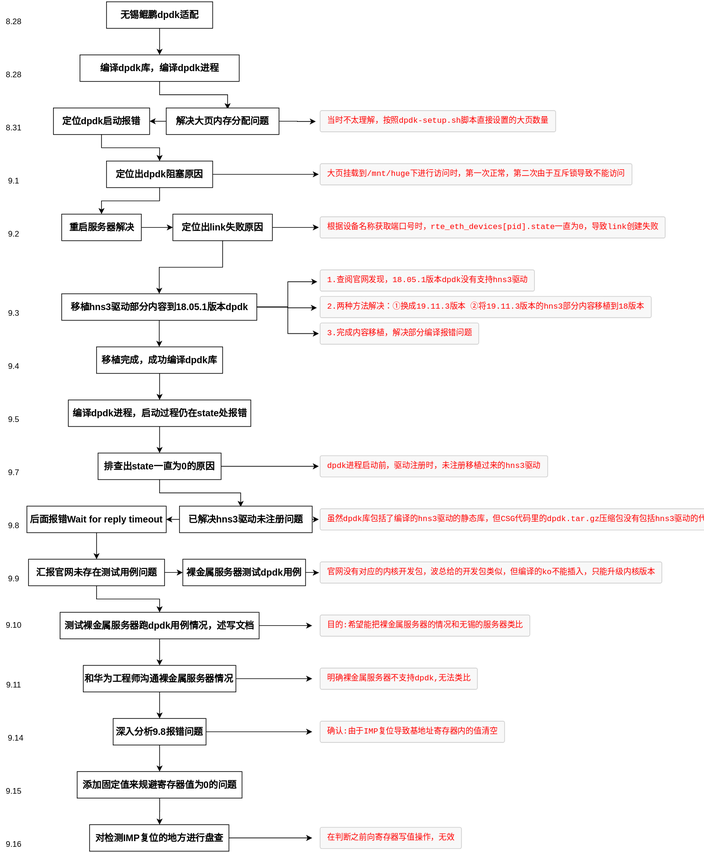
This is DPDK/dpdk.svg from Archive-ch/DPDK, a draw.io export, as it was before one commit. Source tidied: cells renumbered, new cells last; positions are measured from the earlier drawing's top-left corner, leaving out a move shared by most shapes.
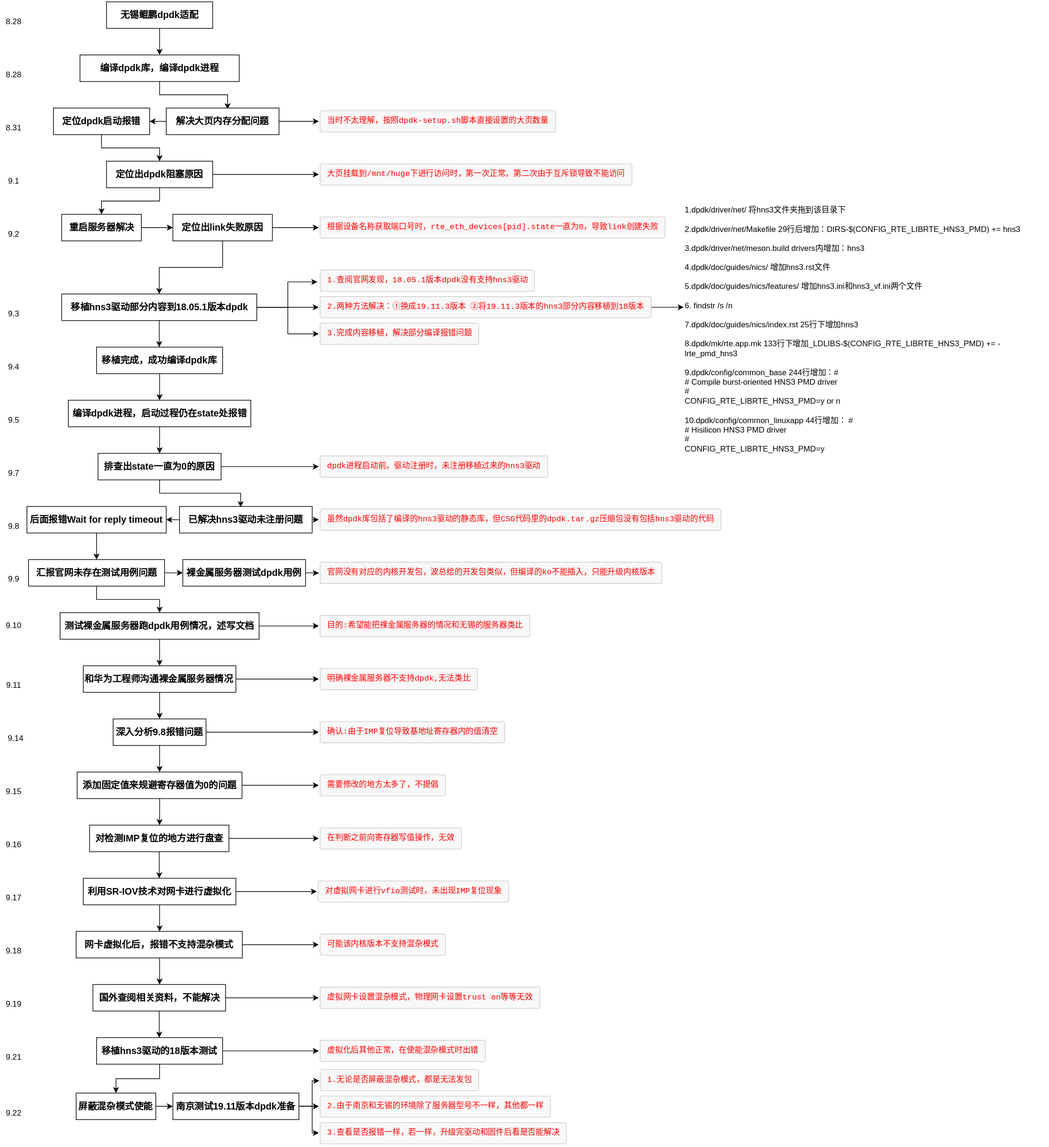
The same file after the commit.

Change to the diagram source:
```diff
@@ -47,7 +47,7 @@
     <mxCell id="16" style="edgeStyle=orthogonalEdgeStyle;rounded=0;jettySize=auto;html=1;exitX=0;exitY=0.5;exitDx=0;exitDy=0;entryX=1;entryY=0.5;entryDx=0;entryDy=0;" parent="1" edge="1" source="18" target="9">
       <mxGeometry relative="1" as="geometry" />
     </mxCell>
-    <mxCell id="17" style="edgeStyle=orthogonalEdgeStyle;rounded=0;jettySize=auto;html=1;entryX=-0.013;entryY=0.51;entryDx=0;entryDy=0;entryPerimeter=0;" parent="1" edge="1" source="18" target="19">
+    <mxCell id="17" style="edgeStyle=orthogonalEdgeStyle;rounded=0;jettySize=auto;html=1;" parent="1" edge="1" source="18" target="19">
       <mxGeometry relative="1" as="geometry" />
     </mxCell>
     <mxCell id="18" value="&lt;h3&gt;解决大页内存分配问题&lt;/h3&gt;" style="whiteSpace=wrap;html=1;" parent="1" vertex="1">
@@ -86,20 +86,23 @@
     <mxCell id="29" style="edgeStyle=orthogonalEdgeStyle;rounded=0;jettySize=auto;html=1;" parent="1" edge="1" source="32" target="35">
       <mxGeometry relative="1" as="geometry" />
     </mxCell>
+    <mxCell id="31" style="edgeStyle=orthogonalEdgeStyle;rounded=0;jettySize=auto;html=1;" parent="1" edge="1" source="32">
+      <mxGeometry relative="1" as="geometry">
+        <mxPoint x="239.5" y="520" as="targetPoint" />
+      </mxGeometry>
+    </mxCell>
-    <mxCell id="30" style="edgeStyle=orthogonalEdgeStyle;rounded=0;jettySize=auto;html=1;entryX=-0.006;entryY=0.529;entryDx=0;entryDy=0;entryPerimeter=0;" parent="1" edge="1" source="32" target="34">
+    <mxCell id="30" style="edgeStyle=orthogonalEdgeStyle;rounded=0;jettySize=auto;html=1;" parent="1" edge="1" source="32" target="34">
       <mxGeometry relative="1" as="geometry" />
     </mxCell>
-    <mxCell id="31" style="edgeStyle=orthogonalEdgeStyle;rounded=0;jettySize=auto;html=1;" parent="1" edge="1" source="32">
-      <mxGeometry relative="1" as="geometry">
-        <mxPoint x="239.5" y="520" as="targetPoint" />
-      </mxGeometry>
-    </mxCell>
     <mxCell id="32" value="&lt;h3&gt;移植hns3驱动部分内容到18.05.1版本dpdk&lt;/h3&gt;" style="whiteSpace=wrap;html=1;" parent="1" vertex="1">
       <mxGeometry x="92.5" y="440" width="294" height="40" as="geometry" />
     </mxCell>
     <mxCell id="33" value="&lt;pre style=&quot;margin-top: 0px; margin-bottom: 0px; padding: 6px 10px; background-color: rgb(248, 248, 248); border: 1px solid rgb(204, 204, 204); line-height: 19px; overflow: auto; border-radius: 3px; overflow-wrap: break-word;&quot;&gt;&lt;font color=&quot;#ff0000&quot;&gt;1.查阅官网发现，18.05.1版本dpdk没有支持hns3驱动&lt;/font&gt;&lt;/pre&gt;" style="text;html=1;align=left;verticalAlign=middle;points=[];" parent="1" vertex="1">
       <mxGeometry x="480" y="400" width="320" height="40" as="geometry" />
     </mxCell>
+    <mxCell id="83" style="edgeStyle=orthogonalEdgeStyle;rounded=0;jettySize=auto;html=1;entryX=0;entryY=0.421;entryDx=0;entryDy=0;entryPerimeter=0;" parent="1" edge="1" source="34" target="121">
+      <mxGeometry relative="1" as="geometry" />
+    </mxCell>
     <mxCell id="34" value="&lt;pre style=&quot;margin-top: 0px ; margin-bottom: 0px ; padding: 6px 10px ; background-color: rgb(248 , 248 , 248) ; border: 1px solid rgb(204 , 204 , 204) ; line-height: 19px ; overflow: auto ; border-radius: 3px ; overflow-wrap: break-word&quot;&gt;&lt;font color=&quot;#ff0000&quot;&gt;2.两种方法解决：①换成19.11.3版本 ②将19.11.3版本的hns3部分内容移植到18版本&lt;/font&gt;&lt;/pre&gt;" style="text;html=1;align=left;verticalAlign=middle;points=[];" parent="1" vertex="1">
       <mxGeometry x="480" y="440" width="480" height="40" as="geometry" />
     </mxCell>
@@ -186,25 +189,21 @@
     <mxCell id="61" value="9.10" style="text;html=1;align=center;verticalAlign=middle;" parent="1" vertex="1">
       <mxGeometry y="930" width="40" height="20" as="geometry" />
     </mxCell>
-    <mxCell id="62" style="edgeStyle=orthogonalEdgeStyle;rounded=0;jettySize=auto;html=1;" parent="1" edge="1" source="64">
-      <mxGeometry relative="1" as="geometry">
-        <mxPoint x="470" y="940" as="targetPoint" />
-      </mxGeometry>
-    </mxCell>
     <mxCell id="63" style="edgeStyle=orthogonalEdgeStyle;rounded=0;jettySize=auto;html=1;entryX=0.5;entryY=0;entryDx=0;entryDy=0;" parent="1" edge="1" source="64" target="67">
       <mxGeometry relative="1" as="geometry" />
     </mxCell>
+    <mxCell id="84" style="edgeStyle=orthogonalEdgeStyle;rounded=0;jettySize=auto;html=1;" parent="1" edge="1" source="64" target="69">
+      <mxGeometry relative="1" as="geometry" />
+    </mxCell>
     <mxCell id="64" value="&lt;h3&gt;测试裸金属服务器跑dpdk用例情况，述写文档&lt;/h3&gt;" style="whiteSpace=wrap;html=1;align=center;" parent="1" vertex="1">
       <mxGeometry x="90" y="920" width="300" height="40" as="geometry" />
     </mxCell>
-    <mxCell id="65" style="edgeStyle=orthogonalEdgeStyle;rounded=0;jettySize=auto;html=1;" parent="1" edge="1" source="67">
-      <mxGeometry relative="1" as="geometry">
-        <mxPoint x="470" y="1020" as="targetPoint" />
-      </mxGeometry>
-    </mxCell>
     <mxCell id="66" style="edgeStyle=orthogonalEdgeStyle;rounded=0;jettySize=auto;html=1;entryX=0.5;entryY=0;entryDx=0;entryDy=0;" parent="1" edge="1" source="67" target="73">
       <mxGeometry relative="1" as="geometry" />
     </mxCell>
+    <mxCell id="85" style="edgeStyle=orthogonalEdgeStyle;rounded=0;jettySize=auto;html=1;" parent="1" edge="1" source="67" target="70">
+      <mxGeometry relative="1" as="geometry" />
+    </mxCell>
     <mxCell id="67" value="&lt;h3&gt;和华为工程师沟通裸金属服务器情况&lt;/h3&gt;" style="rounded=0;whiteSpace=wrap;html=1;align=left;" parent="1" vertex="1">
       <mxGeometry x="125" y="1000" width="230" height="40" as="geometry" />
     </mxCell>
@@ -217,16 +216,14 @@
     <mxCell id="70" value="&lt;pre style=&quot;margin-top: 0px ; margin-bottom: 0px ; padding: 6px 10px ; background-color: rgb(248 , 248 , 248) ; border: 1px solid rgb(204 , 204 , 204) ; line-height: 19px ; overflow: auto ; border-radius: 3px ; overflow-wrap: break-word&quot;&gt;&lt;font color=&quot;#ff0000&quot;&gt;明确裸金属服务器不支持dpdk,无法类比&lt;/font&gt;&lt;/pre&gt;" style="text;html=1;align=left;verticalAlign=middle;points=[];" parent="1" vertex="1">
       <mxGeometry x="480" y="1000" width="250" height="40" as="geometry" />
     </mxCell>
-    <mxCell id="71" style="edgeStyle=orthogonalEdgeStyle;rounded=0;jettySize=auto;html=1;" parent="1" edge="1" source="73">
-      <mxGeometry relative="1" as="geometry">
-        <mxPoint x="470" y="1100" as="targetPoint" />
-      </mxGeometry>
-    </mxCell>
     <mxCell id="72" style="edgeStyle=orthogonalEdgeStyle;rounded=0;jettySize=auto;html=1;" parent="1" edge="1" source="73">
       <mxGeometry relative="1" as="geometry">
         <mxPoint x="240" y="1160" as="targetPoint" />
       </mxGeometry>
     </mxCell>
+    <mxCell id="86" style="edgeStyle=orthogonalEdgeStyle;rounded=0;jettySize=auto;html=1;" parent="1" edge="1" source="73" target="75">
+      <mxGeometry relative="1" as="geometry" />
+    </mxCell>
     <mxCell id="73" value="&lt;h3&gt;深入分析9.8报错问题&lt;/h3&gt;" style="rounded=0;whiteSpace=wrap;html=1;align=center;" parent="1" vertex="1">
       <mxGeometry x="170" y="1080" width="140" height="40" as="geometry" />
     </mxCell>
@@ -241,6 +238,11 @@
         <mxPoint x="240" y="1240" as="targetPoint" />
       </mxGeometry>
     </mxCell>
+    <mxCell id="87" style="edgeStyle=orthogonalEdgeStyle;rounded=0;jettySize=auto;html=1;" parent="1" edge="1" source="77">
+      <mxGeometry relative="1" as="geometry">
+        <mxPoint x="480" y="1180" as="targetPoint" />
+      </mxGeometry>
+    </mxCell>
     <mxCell id="77" value="&lt;h3&gt;添加固定值来规避寄存器值为0的问题&lt;/h3&gt;" style="rounded=0;whiteSpace=wrap;html=1;align=center;" parent="1" vertex="1">
       <mxGeometry x="115.8" y="1160" width="248.5" height="40" as="geometry" />
     </mxCell>
@@ -250,16 +252,134 @@
     <mxCell id="79" value="9.16" style="text;html=1;align=center;verticalAlign=middle;" parent="1" vertex="1">
       <mxGeometry y="1260" width="40" height="20" as="geometry" />
     </mxCell>
-    <mxCell id="80" style="edgeStyle=orthogonalEdgeStyle;rounded=0;jettySize=auto;html=1;" parent="1" edge="1" source="81">
-      <mxGeometry relative="1" as="geometry">
-        <mxPoint x="470" y="1260" as="targetPoint" />
-      </mxGeometry>
-    </mxCell>
+    <mxCell id="88" style="edgeStyle=orthogonalEdgeStyle;rounded=0;jettySize=auto;html=1;" parent="1" edge="1" source="81">
+      <mxGeometry relative="1" as="geometry">
+        <mxPoint x="239.5" y="1320" as="targetPoint" />
+      </mxGeometry>
+    </mxCell>
+    <mxCell id="89" style="edgeStyle=orthogonalEdgeStyle;rounded=0;jettySize=auto;html=1;" parent="1" edge="1" source="81" target="82">
+      <mxGeometry relative="1" as="geometry" />
+    </mxCell>
     <mxCell id="81" value="&lt;h3&gt;对检测IMP复位的地方进行盘查&lt;/h3&gt;" style="rounded=0;whiteSpace=wrap;html=1;align=center;" parent="1" vertex="1">
       <mxGeometry x="134.5" y="1240" width="210" height="40" as="geometry" />
     </mxCell>
     <mxCell id="82" value="&lt;pre style=&quot;margin-top: 0px ; margin-bottom: 0px ; padding: 6px 10px ; background-color: rgb(248 , 248 , 248) ; border: 1px solid rgb(204 , 204 , 204) ; line-height: 19px ; overflow: auto ; border-radius: 3px ; overflow-wrap: break-word&quot;&gt;&lt;font color=&quot;#ff0000&quot;&gt;在判断之前向寄存器写值操作，无效&lt;/font&gt;&lt;/pre&gt;" style="text;html=1;align=left;verticalAlign=middle;points=[];" parent="1" vertex="1">
       <mxGeometry x="480" y="1240" width="230" height="40" as="geometry" />
     </mxCell>
+    <mxCell id="90" style="edgeStyle=orthogonalEdgeStyle;rounded=0;jettySize=auto;html=1;" parent="1" edge="1" source="92">
+      <mxGeometry relative="1" as="geometry">
+        <mxPoint x="240" y="1400" as="targetPoint" />
+      </mxGeometry>
+    </mxCell>
+    <mxCell id="91" style="edgeStyle=orthogonalEdgeStyle;rounded=0;jettySize=auto;html=1;" parent="1" edge="1" source="92" target="94">
+      <mxGeometry relative="1" as="geometry" />
+    </mxCell>
+    <mxCell id="92" value="&lt;h3&gt;利用SR-IOV技术对网卡进行虚拟化&lt;/h3&gt;" style="rounded=0;whiteSpace=wrap;html=1;align=center;" parent="1" vertex="1">
+      <mxGeometry x="125" y="1320" width="230" height="40" as="geometry" />
+    </mxCell>
+    <mxCell id="93" value="9.17" style="text;html=1;align=center;verticalAlign=middle;" parent="1" vertex="1">
+      <mxGeometry y="1340" width="40" height="20" as="geometry" />
+    </mxCell>
+    <mxCell id="94" value="&lt;pre style=&quot;margin-top: 0px ; margin-bottom: 0px ; padding: 6px 10px ; background-color: rgb(248 , 248 , 248) ; border: 1px solid rgb(204 , 204 , 204) ; line-height: 19px ; overflow: auto ; border-radius: 3px ; overflow-wrap: break-word&quot;&gt;&lt;font color=&quot;#ff0000&quot;&gt;对虚拟网卡进行vfio测试时，未出现IMP复位现象&lt;/font&gt;&lt;/pre&gt;" style="text;html=1;align=left;verticalAlign=middle;points=[];" parent="1" vertex="1">
+      <mxGeometry x="477" y="1320" width="290" height="40" as="geometry" />
+    </mxCell>
+    <mxCell id="95" style="edgeStyle=orthogonalEdgeStyle;rounded=0;jettySize=auto;html=1;" parent="1" edge="1" source="97">
+      <mxGeometry relative="1" as="geometry">
+        <mxPoint x="240" y="1480" as="targetPoint" />
+        <Array as="points">
+          <mxPoint x="240" y="1480" />
+          <mxPoint x="240" y="1480" />
+        </Array>
+      </mxGeometry>
+    </mxCell>
+    <mxCell id="96" style="edgeStyle=orthogonalEdgeStyle;rounded=0;jettySize=auto;html=1;" parent="1" edge="1" source="97">
+      <mxGeometry relative="1" as="geometry">
+        <mxPoint x="480" y="1420" as="targetPoint" />
+      </mxGeometry>
+    </mxCell>
+    <mxCell id="97" value="&lt;h3&gt;网卡虚拟化后，报错不支持混杂模式&lt;/h3&gt;" style="rounded=0;whiteSpace=wrap;html=1;align=center;" parent="1" vertex="1">
+      <mxGeometry x="114.2" y="1400" width="250.5" height="40" as="geometry" />
+    </mxCell>
+    <mxCell id="98" value="9.18" style="text;html=1;align=center;verticalAlign=middle;" parent="1" vertex="1">
+      <mxGeometry y="1420" width="40" height="20" as="geometry" />
+    </mxCell>
+    <mxCell id="99" style="edgeStyle=orthogonalEdgeStyle;rounded=0;jettySize=auto;html=1;" parent="1" edge="1" source="101" target="103">
+      <mxGeometry relative="1" as="geometry" />
+    </mxCell>
+    <mxCell id="100" style="edgeStyle=orthogonalEdgeStyle;rounded=0;jettySize=auto;html=1;" parent="1" edge="1" source="101">
+      <mxGeometry relative="1" as="geometry">
+        <mxPoint x="239.5" y="1560" as="targetPoint" />
+      </mxGeometry>
+    </mxCell>
+    <mxCell id="101" value="&lt;h3&gt;国外查阅相关资料，不能解决&lt;/h3&gt;" style="rounded=0;whiteSpace=wrap;html=1;align=center;" parent="1" vertex="1">
+      <mxGeometry x="139.5" y="1480" width="200" height="40" as="geometry" />
+    </mxCell>
+    <mxCell id="102" value="9.19" style="text;html=1;align=center;verticalAlign=middle;" parent="1" vertex="1">
+      <mxGeometry y="1500" width="40" height="20" as="geometry" />
+    </mxCell>
+    <mxCell id="103" value="&lt;pre style=&quot;margin-top: 0px ; margin-bottom: 0px ; padding: 6px 10px ; background-color: rgb(248 , 248 , 248) ; border: 1px solid rgb(204 , 204 , 204) ; line-height: 19px ; overflow: auto ; border-radius: 3px ; overflow-wrap: break-word&quot;&gt;&lt;font color=&quot;#ff0000&quot;&gt;虚拟网卡设置混杂模式，物理网卡设置trust on等等无效&lt;/font&gt;&lt;/pre&gt;" style="text;html=1;align=left;verticalAlign=middle;points=[];" parent="1" vertex="1">
+      <mxGeometry x="480" y="1480" width="330" height="40" as="geometry" />
+    </mxCell>
+    <mxCell id="104" value="&lt;pre style=&quot;margin-top: 0px ; margin-bottom: 0px ; padding: 6px 10px ; background-color: rgb(248 , 248 , 248) ; border: 1px solid rgb(204 , 204 , 204) ; line-height: 19px ; overflow: auto ; border-radius: 3px ; overflow-wrap: break-word&quot;&gt;&lt;font color=&quot;#ff0000&quot;&gt;可能该内核版本不支持混杂模式&lt;/font&gt;&lt;/pre&gt;" style="text;html=1;align=left;verticalAlign=middle;" parent="1" vertex="1">
+      <mxGeometry x="480" y="1400" width="200" height="40" as="geometry" />
+    </mxCell>
+    <mxCell id="105" style="edgeStyle=orthogonalEdgeStyle;rounded=0;jettySize=auto;html=1;" parent="1" edge="1" source="107">
+      <mxGeometry relative="1" as="geometry">
+        <mxPoint x="480" y="1580" as="targetPoint" />
+      </mxGeometry>
+    </mxCell>
+    <mxCell id="106" style="edgeStyle=orthogonalEdgeStyle;rounded=0;jettySize=auto;html=1;exitX=0.5;exitY=1;exitDx=0;exitDy=0;entryX=0.5;entryY=0;entryDx=0;entryDy=0;" parent="1" edge="1" source="107" target="113">
+      <mxGeometry relative="1" as="geometry" />
+    </mxCell>
+    <mxCell id="107" value="&lt;h3&gt;移植hns3驱动的18版本测试&lt;/h3&gt;" style="whiteSpace=wrap;html=1;align=center;" parent="1" vertex="1">
+      <mxGeometry x="145" y="1560" width="190" height="40" as="geometry" />
+    </mxCell>
+    <mxCell id="108" value="9.21" style="text;html=1;align=center;verticalAlign=middle;" parent="1" vertex="1">
+      <mxGeometry y="1580" width="40" height="20" as="geometry" />
+    </mxCell>
+    <mxCell id="109" value="&lt;pre style=&quot;margin-top: 0px ; margin-bottom: 0px ; padding: 6px 10px ; background-color: rgb(248 , 248 , 248) ; border: 1px solid rgb(204 , 204 , 204) ; line-height: 19px ; overflow: auto ; border-radius: 3px ; overflow-wrap: break-word&quot;&gt;&lt;font color=&quot;#ff0000&quot;&gt;虚拟化后其他正常，在使能混杂模式时出错&lt;/font&gt;&lt;/pre&gt;" style="text;html=1;align=left;verticalAlign=middle;" parent="1" vertex="1">
+      <mxGeometry x="480" y="1560" width="260" height="40" as="geometry" />
+    </mxCell>
+    <mxCell id="110" value="9.22" style="text;html=1;align=center;verticalAlign=middle;" parent="1" vertex="1">
+      <mxGeometry y="1663.5" width="40" height="20" as="geometry" />
+    </mxCell>
+    <mxCell id="111" value="&lt;pre style=&quot;margin-top: 0px ; margin-bottom: 0px ; padding: 6px 10px ; background-color: rgb(248 , 248 , 248) ; border: 1px solid rgb(204 , 204 , 204) ; line-height: 19px ; overflow: auto ; border-radius: 3px ; overflow-wrap: break-word&quot;&gt;&lt;font color=&quot;#ff0000&quot;&gt;需要修改的地方太多了，不提倡&lt;/font&gt;&lt;/pre&gt;" style="text;html=1;align=left;verticalAlign=middle;" parent="1" vertex="1">
+      <mxGeometry x="480" y="1160" width="200" height="40" as="geometry" />
+    </mxCell>
+    <mxCell id="112" style="edgeStyle=orthogonalEdgeStyle;rounded=0;jettySize=auto;html=1;entryX=0;entryY=0.5;entryDx=0;entryDy=0;" parent="1" edge="1" source="113" target="117">
+      <mxGeometry relative="1" as="geometry" />
+    </mxCell>
+    <mxCell id="113" value="&lt;h3&gt;屏蔽混杂模式使能&lt;/h3&gt;" style="whiteSpace=wrap;html=1;align=center;" parent="1" vertex="1">
+      <mxGeometry x="114.2" y="1643.5" width="120" height="40" as="geometry" />
+    </mxCell>
+    <mxCell id="114" style="edgeStyle=orthogonalEdgeStyle;rounded=0;jettySize=auto;html=1;entryX=0.003;entryY=0.541;entryDx=0;entryDy=0;entryPerimeter=0;" parent="1" edge="1" source="117" target="118">
+      <mxGeometry relative="1" as="geometry">
+        <Array as="points">
+          <mxPoint x="470" y="1664" />
+          <mxPoint x="470" y="1625" />
+        </Array>
+      </mxGeometry>
+    </mxCell>
+    <mxCell id="115" style="edgeStyle=orthogonalEdgeStyle;rounded=0;jettySize=auto;html=1;" parent="1" edge="1" source="117" target="119">
+      <mxGeometry relative="1" as="geometry" />
+    </mxCell>
+    <mxCell id="116" style="edgeStyle=orthogonalEdgeStyle;rounded=0;jettySize=auto;html=1;" parent="1" edge="1" source="117" target="120">
+      <mxGeometry relative="1" as="geometry" />
+    </mxCell>
+    <mxCell id="117" value="&lt;h3&gt;南京测试19.11版本dpdk准备&lt;/h3&gt;" style="whiteSpace=wrap;html=1;align=center;" parent="1" vertex="1">
+      <mxGeometry x="260" y="1643.5" width="190" height="40" as="geometry" />
+    </mxCell>
+    <mxCell id="118" value="&lt;pre style=&quot;margin-top: 0px; margin-bottom: 0px; padding: 6px 10px; background-color: rgb(248, 248, 248); border: 1px solid rgb(204, 204, 204); line-height: 19px; overflow: auto; border-radius: 3px; overflow-wrap: break-word;&quot;&gt;&lt;font color=&quot;#ff0000&quot;&gt;1.无论是否屏蔽混杂模式，都是无法发包&lt;/font&gt;&lt;/pre&gt;" style="text;html=1;align=left;verticalAlign=middle;points=[];" parent="1" vertex="1">
+      <mxGeometry x="480" y="1603.5" width="250" height="40" as="geometry" />
+    </mxCell>
+    <mxCell id="119" value="&lt;pre style=&quot;margin-top: 0px; margin-bottom: 0px; padding: 6px 10px; background-color: rgb(248, 248, 248); border: 1px solid rgb(204, 204, 204); line-height: 19px; overflow: auto; border-radius: 3px; overflow-wrap: break-word;&quot;&gt;&lt;font color=&quot;#ff0000&quot;&gt;2.由于南京和无锡的环境除了服务器型号不一样，其他都一样&lt;/font&gt;&lt;/pre&gt;" style="text;html=1;align=left;verticalAlign=middle;points=[];" parent="1" vertex="1">
+      <mxGeometry x="480" y="1643.5" width="360" height="40" as="geometry" />
+    </mxCell>
+    <mxCell id="120" value="&lt;pre style=&quot;margin-top: 0px; margin-bottom: 0px; padding: 6px 10px; background-color: rgb(248, 248, 248); border: 1px solid rgb(204, 204, 204); line-height: 19px; overflow: auto; border-radius: 3px; overflow-wrap: break-word;&quot;&gt;&lt;font color=&quot;#ff0000&quot;&gt;3.查看是否报错一样，若一样，升级完驱动和固件后看是否能解决&lt;/font&gt;&lt;/pre&gt;" style="text;html=1;align=left;verticalAlign=middle;points=[];" parent="1" vertex="1">
+      <mxGeometry x="480" y="1683.5" width="380" height="40" as="geometry" />
+    </mxCell>
+    <mxCell id="121" value="1.dpdk/driver/net/                          将hns3文件夹拖到该目录下&#10;&#10;2.dpdk/driver/net/Makefile             29行后增加：DIRS-$(CONFIG_RTE_LIBRTE_HNS3_PMD) += hns3&#10;&#10;3.dpdk/driver/net/meson.build       drivers内增加：hns3&#10;&#10;4.dpdk/doc/guides/nics/                 增加hns3.rst文件&#10;&#10;5.dpdk/doc/guides/nics/features/    增加hns3.ini和hns3_vf.ini两个文件&#10;&#10;6. findstr /s /n &#10;&#10;7.dpdk/doc/guides/nics/index.rst     25行下增加hns3&#10;&#10;8.dpdk/mk/rte.app.mk                     133行下增加_LDLIBS-$(CONFIG_RTE_LIBRTE_HNS3_PMD)       += -lrte_pmd_hns3&#10;&#10;9.dpdk/config/common_base           244行增加：#&#10;                                                                          # Compile burst-oriented HNS3 PMD driver&#10;                                                                          #&#10;                                                                          CONFIG_RTE_LIBRTE_HNS3_PMD=y     or n&#10;&#10;10.dpdk/config/common_linuxapp   44行增加：  #&#10;                                                                          # Hisilicon HNS3 PMD driver&#10;                                                                          #&#10;                                                                          CONFIG_RTE_LIBRTE_HNS3_PMD=y" style="text;whiteSpace=wrap;html=1;" parent="1" vertex="1">
+      <mxGeometry x="1030" y="300" width="550" height="380" as="geometry" />
+    </mxCell>
   </root>
 </mxGraphModel>
```
